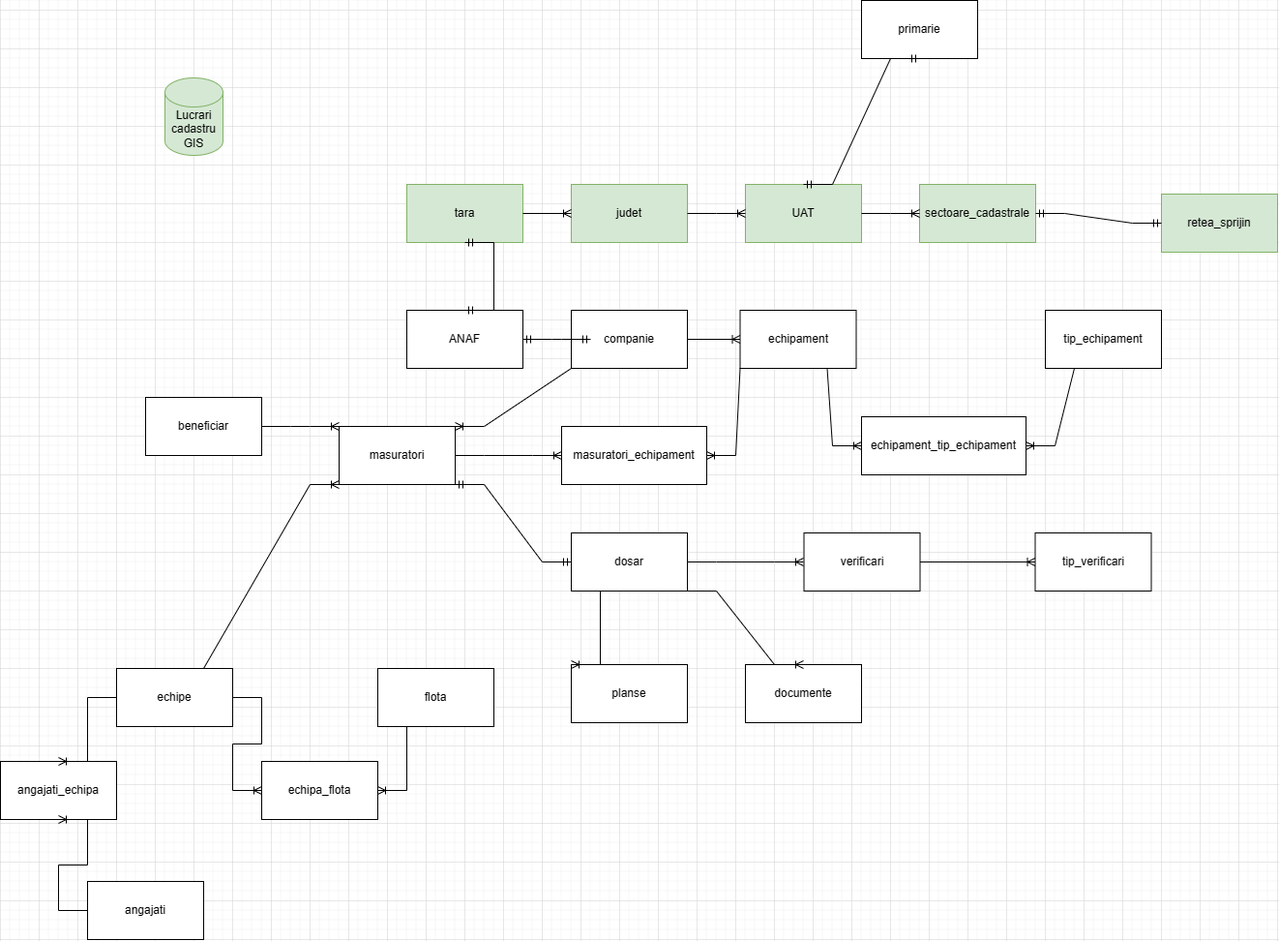
Earlier version of the draw.io export draft_model_abstract.png (vitorjurj/modelare_db). Source tidied: cells renumbered, new cells last; positions are measured from the earlier drawing's top-left corner, leaving out a move shared by most shapes. Its diagram source:
```xml
<mxGraphModel>
  <root>
    <mxCell id="0" />
    <mxCell id="1" parent="0" />
    <mxCell id="2" value="Lucrari cadastru GIS" style="shape=cylinder3;whiteSpace=wrap;html=1;boundedLbl=1;backgroundOutline=1;size=15;fillColor=#d5e8d4;strokeColor=#82b366;" parent="1" vertex="1">
      <mxGeometry x="200" y="80" width="60" height="80" as="geometry" />
    </mxCell>
    <mxCell id="3" value="UAT" style="rounded=0;whiteSpace=wrap;html=1;fillColor=#d5e8d4;strokeColor=#82b366;" parent="1" vertex="1">
      <mxGeometry x="800" y="190" width="120" height="60" as="geometry" />
    </mxCell>
    <mxCell id="4" value="retea_sprijin" style="rounded=0;whiteSpace=wrap;html=1;fillColor=#d5e8d4;strokeColor=#82b366;" parent="1" vertex="1">
      <mxGeometry x="1230" y="200" width="120" height="60" as="geometry" />
    </mxCell>
    <mxCell id="5" value="echipe" style="rounded=0;whiteSpace=wrap;html=1;" parent="1" vertex="1">
      <mxGeometry x="150" y="690" width="120" height="60" as="geometry" />
    </mxCell>
    <mxCell id="6" value="angajati" style="rounded=0;whiteSpace=wrap;html=1;" parent="1" vertex="1">
      <mxGeometry x="120" y="910" width="120" height="60" as="geometry" />
    </mxCell>
    <mxCell id="7" value="echipament" style="rounded=0;whiteSpace=wrap;html=1;" parent="1" vertex="1">
      <mxGeometry x="794.5" y="320" width="120" height="60" as="geometry" />
    </mxCell>
    <mxCell id="8" value="flota" style="rounded=0;whiteSpace=wrap;html=1;" parent="1" vertex="1">
      <mxGeometry x="420" y="690" width="120" height="60" as="geometry" />
    </mxCell>
    <mxCell id="9" value="documente" style="rounded=0;whiteSpace=wrap;html=1;" parent="1" vertex="1">
      <mxGeometry x="800" y="686" width="120" height="60" as="geometry" />
    </mxCell>
    <mxCell id="10" value="masuratori" style="rounded=0;whiteSpace=wrap;html=1;" parent="1" vertex="1">
      <mxGeometry x="380" y="440" width="120" height="60" as="geometry" />
    </mxCell>
    <mxCell id="11" value="primarie" style="rounded=0;whiteSpace=wrap;html=1;" parent="1" vertex="1">
      <mxGeometry x="920" width="120" height="60" as="geometry" />
    </mxCell>
    <mxCell id="12" value="beneficiar" style="rounded=0;whiteSpace=wrap;html=1;" parent="1" vertex="1">
      <mxGeometry x="180" y="410" width="120" height="60" as="geometry" />
    </mxCell>
    <mxCell id="13" value="tip_echipament" style="rounded=0;whiteSpace=wrap;html=1;" parent="1" vertex="1">
      <mxGeometry x="1110" y="320" width="120" height="60" as="geometry" />
    </mxCell>
    <mxCell id="14" value="dosar" style="rounded=0;whiteSpace=wrap;html=1;" parent="1" vertex="1">
      <mxGeometry x="620" y="550" width="120" height="60" as="geometry" />
    </mxCell>
    <mxCell id="15" value="planse" style="rounded=0;whiteSpace=wrap;html=1;" parent="1" vertex="1">
      <mxGeometry x="620" y="686" width="120" height="60" as="geometry" />
    </mxCell>
    <mxCell id="16" value="tip_verificari" style="rounded=0;whiteSpace=wrap;html=1;" parent="1" vertex="1">
      <mxGeometry x="1099.5" y="550" width="120" height="60" as="geometry" />
    </mxCell>
    <mxCell id="17" value="sectoare_cadastrale" style="rounded=0;whiteSpace=wrap;html=1;fillColor=#d5e8d4;strokeColor=#82b366;" parent="1" vertex="1">
      <mxGeometry x="980" y="190" width="120" height="60" as="geometry" />
    </mxCell>
    <mxCell id="18" style="edgeStyle=entityRelationEdgeStyle;fontSize=12;html=1;endArrow=ERoneToMany;rounded=0;entryX=0;entryY=0.5;entryDx=0;entryDy=0;exitX=1;exitY=0.5;exitDx=0;exitDy=0;" parent="1" edge="1" source="3" target="17">
      <mxGeometry relative="1" as="geometry">
        <Array as="points">
          <mxPoint x="600" y="300" />
        </Array>
      </mxGeometry>
    </mxCell>
    <mxCell id="19" value="judet" style="rounded=0;whiteSpace=wrap;html=1;fillColor=#d5e8d4;strokeColor=#82b366;" parent="1" vertex="1">
      <mxGeometry x="620" y="190" width="120" height="60" as="geometry" />
    </mxCell>
    <mxCell id="20" style="edgeStyle=entityRelationEdgeStyle;fontSize=12;html=1;endArrow=ERoneToMany;rounded=0;entryX=0;entryY=0.5;entryDx=0;entryDy=0;exitX=1;exitY=0.5;exitDx=0;exitDy=0;" parent="1" edge="1" source="19" target="3">
      <mxGeometry relative="1" as="geometry" />
    </mxCell>
    <mxCell id="21" value="tara" style="rounded=0;whiteSpace=wrap;html=1;fillColor=#d5e8d4;strokeColor=#82b366;" parent="1" vertex="1">
      <mxGeometry x="450" y="190" width="120" height="60" as="geometry" />
    </mxCell>
    <mxCell id="22" style="edgeStyle=entityRelationEdgeStyle;fontSize=12;html=1;endArrow=ERoneToMany;rounded=0;exitX=1;exitY=0.5;exitDx=0;exitDy=0;entryX=0;entryY=0.5;entryDx=0;entryDy=0;entryPerimeter=0;" parent="1" edge="1" source="21" target="19">
      <mxGeometry relative="1" as="geometry">
        <Array as="points">
          <mxPoint x="900" y="430" />
        </Array>
      </mxGeometry>
    </mxCell>
    <mxCell id="23" value="companie" style="rounded=0;whiteSpace=wrap;html=1;" parent="1" vertex="1">
      <mxGeometry x="620" y="320" width="120" height="60" as="geometry" />
    </mxCell>
    <mxCell id="24" style="edgeStyle=entityRelationEdgeStyle;fontSize=12;html=1;endArrow=ERoneToMany;rounded=0;exitX=1;exitY=0.5;exitDx=0;exitDy=0;entryX=0;entryY=0.5;entryDx=0;entryDy=0;" parent="1" edge="1" source="23" target="7">
      <mxGeometry relative="1" as="geometry" />
    </mxCell>
    <mxCell id="25" value="ANAF" style="rounded=0;whiteSpace=wrap;html=1;" parent="1" vertex="1">
      <mxGeometry x="450" y="320" width="120" height="60" as="geometry" />
    </mxCell>
    <mxCell id="26" style="edgeStyle=entityRelationEdgeStyle;fontSize=12;html=1;endArrow=ERmandOne;startArrow=ERmandOne;rounded=0;exitX=1;exitY=0.5;exitDx=0;exitDy=0;" parent="1" edge="1" source="25">
      <mxGeometry relative="1" as="geometry">
        <mxPoint x="640" y="350" as="targetPoint" />
      </mxGeometry>
    </mxCell>
    <mxCell id="27" style="edgeStyle=entityRelationEdgeStyle;fontSize=12;html=1;endArrow=ERmandOne;startArrow=ERmandOne;rounded=0;exitX=0.5;exitY=0;exitDx=0;exitDy=0;entryX=0.5;entryY=1;entryDx=0;entryDy=0;" parent="1" edge="1" source="25" target="21">
      <mxGeometry relative="1" as="geometry" />
    </mxCell>
    <mxCell id="28" style="edgeStyle=entityRelationEdgeStyle;fontSize=12;html=1;endArrow=ERoneToMany;rounded=0;exitX=0.25;exitY=1;exitDx=0;exitDy=0;entryX=1;entryY=0;entryDx=0;entryDy=0;" parent="1" edge="1" source="23" target="10">
      <mxGeometry relative="1" as="geometry" />
    </mxCell>
    <mxCell id="29" value="masuratori_echipament" style="rounded=0;whiteSpace=wrap;html=1;" parent="1" vertex="1">
      <mxGeometry x="610" y="440" width="150" height="60" as="geometry" />
    </mxCell>
    <mxCell id="30" style="edgeStyle=entityRelationEdgeStyle;fontSize=12;html=1;endArrow=ERoneToMany;rounded=0;exitX=1;exitY=0.5;exitDx=0;exitDy=0;entryX=0;entryY=0.5;entryDx=0;entryDy=0;" parent="1" edge="1" source="10" target="29">
      <mxGeometry relative="1" as="geometry" />
    </mxCell>
    <mxCell id="31" style="edgeStyle=entityRelationEdgeStyle;fontSize=12;html=1;endArrow=ERoneToMany;rounded=0;exitX=0.25;exitY=1;exitDx=0;exitDy=0;entryX=1;entryY=0.5;entryDx=0;entryDy=0;" parent="1" edge="1" source="7" target="29">
      <mxGeometry relative="1" as="geometry" />
    </mxCell>
    <mxCell id="32" value="angajati_echipa" style="rounded=0;whiteSpace=wrap;html=1;" parent="1" vertex="1">
      <mxGeometry x="30" y="786" width="120" height="60" as="geometry" />
    </mxCell>
    <mxCell id="33" style="edgeStyle=entityRelationEdgeStyle;fontSize=12;html=1;endArrow=ERoneToMany;rounded=0;entryX=0.5;entryY=1;entryDx=0;entryDy=0;" parent="1" edge="1" source="6" target="32">
      <mxGeometry relative="1" as="geometry">
        <Array as="points">
          <mxPoint x="80" y="776" />
          <mxPoint y="786" />
        </Array>
      </mxGeometry>
    </mxCell>
    <mxCell id="34" style="edgeStyle=entityRelationEdgeStyle;fontSize=12;html=1;endArrow=ERoneToMany;rounded=0;exitX=0;exitY=0.5;exitDx=0;exitDy=0;entryX=0.5;entryY=0;entryDx=0;entryDy=0;" parent="1" edge="1" source="5" target="32">
      <mxGeometry relative="1" as="geometry" />
    </mxCell>
    <mxCell id="35" style="edgeStyle=entityRelationEdgeStyle;fontSize=12;html=1;endArrow=ERoneToMany;rounded=0;exitX=0.5;exitY=0;exitDx=0;exitDy=0;entryX=0;entryY=1;entryDx=0;entryDy=0;" parent="1" edge="1" source="5" target="10">
      <mxGeometry relative="1" as="geometry" />
    </mxCell>
    <mxCell id="36" value="echipa_flota" style="rounded=0;whiteSpace=wrap;html=1;" parent="1" vertex="1">
      <mxGeometry x="300" y="786" width="120" height="60" as="geometry" />
    </mxCell>
    <mxCell id="37" style="edgeStyle=entityRelationEdgeStyle;fontSize=12;html=1;endArrow=ERoneToMany;rounded=0;exitX=1;exitY=0.5;exitDx=0;exitDy=0;entryX=0;entryY=0.5;entryDx=0;entryDy=0;" parent="1" edge="1" source="5" target="36">
      <mxGeometry relative="1" as="geometry" />
    </mxCell>
    <mxCell id="38" style="edgeStyle=entityRelationEdgeStyle;fontSize=12;html=1;endArrow=ERoneToMany;rounded=0;exitX=0.5;exitY=1;exitDx=0;exitDy=0;entryX=1;entryY=0.5;entryDx=0;entryDy=0;" parent="1" edge="1" source="8" target="36">
      <mxGeometry relative="1" as="geometry" />
    </mxCell>
    <mxCell id="39" style="edgeStyle=entityRelationEdgeStyle;fontSize=12;html=1;endArrow=ERmandOne;startArrow=ERmandOne;rounded=0;entryX=1;entryY=0.5;entryDx=0;entryDy=0;exitX=0;exitY=0.5;exitDx=0;exitDy=0;" parent="1" edge="1" source="4" target="17">
      <mxGeometry relative="1" as="geometry" />
    </mxCell>
    <mxCell id="40" style="edgeStyle=entityRelationEdgeStyle;fontSize=12;html=1;endArrow=ERmandOne;startArrow=ERmandOne;rounded=0;entryX=0.5;entryY=1;entryDx=0;entryDy=0;exitX=0.5;exitY=0;exitDx=0;exitDy=0;" parent="1" edge="1" source="3" target="11">
      <mxGeometry relative="1" as="geometry" />
    </mxCell>
    <mxCell id="41" style="edgeStyle=entityRelationEdgeStyle;fontSize=12;html=1;endArrow=ERoneToMany;rounded=0;entryX=0;entryY=0;entryDx=0;entryDy=0;exitX=1;exitY=0.5;exitDx=0;exitDy=0;" parent="1" edge="1" source="12" target="10">
      <mxGeometry relative="1" as="geometry" />
    </mxCell>
    <mxCell id="42" value="echipament_tip_echipament" style="rounded=0;whiteSpace=wrap;html=1;" parent="1" vertex="1">
      <mxGeometry x="920" y="430" width="170" height="60" as="geometry" />
    </mxCell>
    <mxCell id="43" style="edgeStyle=entityRelationEdgeStyle;fontSize=12;html=1;endArrow=ERoneToMany;rounded=0;exitX=0.5;exitY=1;exitDx=0;exitDy=0;entryX=0;entryY=0.5;entryDx=0;entryDy=0;" parent="1" edge="1" source="7" target="42">
      <mxGeometry relative="1" as="geometry" />
    </mxCell>
    <mxCell id="44" style="edgeStyle=entityRelationEdgeStyle;fontSize=12;html=1;endArrow=ERoneToMany;rounded=0;exitX=0.5;exitY=1;exitDx=0;exitDy=0;entryX=1;entryY=0.5;entryDx=0;entryDy=0;" parent="1" edge="1" source="13" target="42">
      <mxGeometry relative="1" as="geometry" />
    </mxCell>
    <mxCell id="45" value="verificari" style="rounded=0;whiteSpace=wrap;html=1;" parent="1" vertex="1">
      <mxGeometry x="860.5" y="550" width="120" height="60" as="geometry" />
    </mxCell>
    <mxCell id="46" style="edgeStyle=entityRelationEdgeStyle;fontSize=12;html=1;endArrow=ERoneToMany;rounded=0;exitX=1;exitY=0.5;exitDx=0;exitDy=0;entryX=0;entryY=0.5;entryDx=0;entryDy=0;" parent="1" edge="1" source="45" target="16">
      <mxGeometry relative="1" as="geometry" />
    </mxCell>
    <mxCell id="47" style="edgeStyle=entityRelationEdgeStyle;fontSize=12;html=1;endArrow=ERmandOne;startArrow=ERmandOne;rounded=0;exitX=0;exitY=0.5;exitDx=0;exitDy=0;entryX=1;entryY=1;entryDx=0;entryDy=0;" parent="1" edge="1" source="14" target="10">
      <mxGeometry relative="1" as="geometry" />
    </mxCell>
    <mxCell id="48" style="edgeStyle=entityRelationEdgeStyle;fontSize=12;html=1;endArrow=ERoneToMany;rounded=0;exitX=1;exitY=0.5;exitDx=0;exitDy=0;" parent="1" edge="1" source="14">
      <mxGeometry relative="1" as="geometry">
        <mxPoint x="860" y="580" as="targetPoint" />
      </mxGeometry>
    </mxCell>
    <mxCell id="49" style="edgeStyle=entityRelationEdgeStyle;fontSize=12;html=1;endArrow=ERoneToMany;rounded=0;exitX=0;exitY=1;exitDx=0;exitDy=0;entryX=0;entryY=0;entryDx=0;entryDy=0;" parent="1" edge="1" source="14" target="15">
      <mxGeometry relative="1" as="geometry" />
    </mxCell>
    <mxCell id="50" style="edgeStyle=entityRelationEdgeStyle;fontSize=12;html=1;endArrow=ERoneToMany;rounded=0;exitX=1;exitY=1;exitDx=0;exitDy=0;entryX=0.5;entryY=0;entryDx=0;entryDy=0;" parent="1" edge="1" source="14" target="9">
      <mxGeometry relative="1" as="geometry" />
    </mxCell>
  </root>
</mxGraphModel>
```
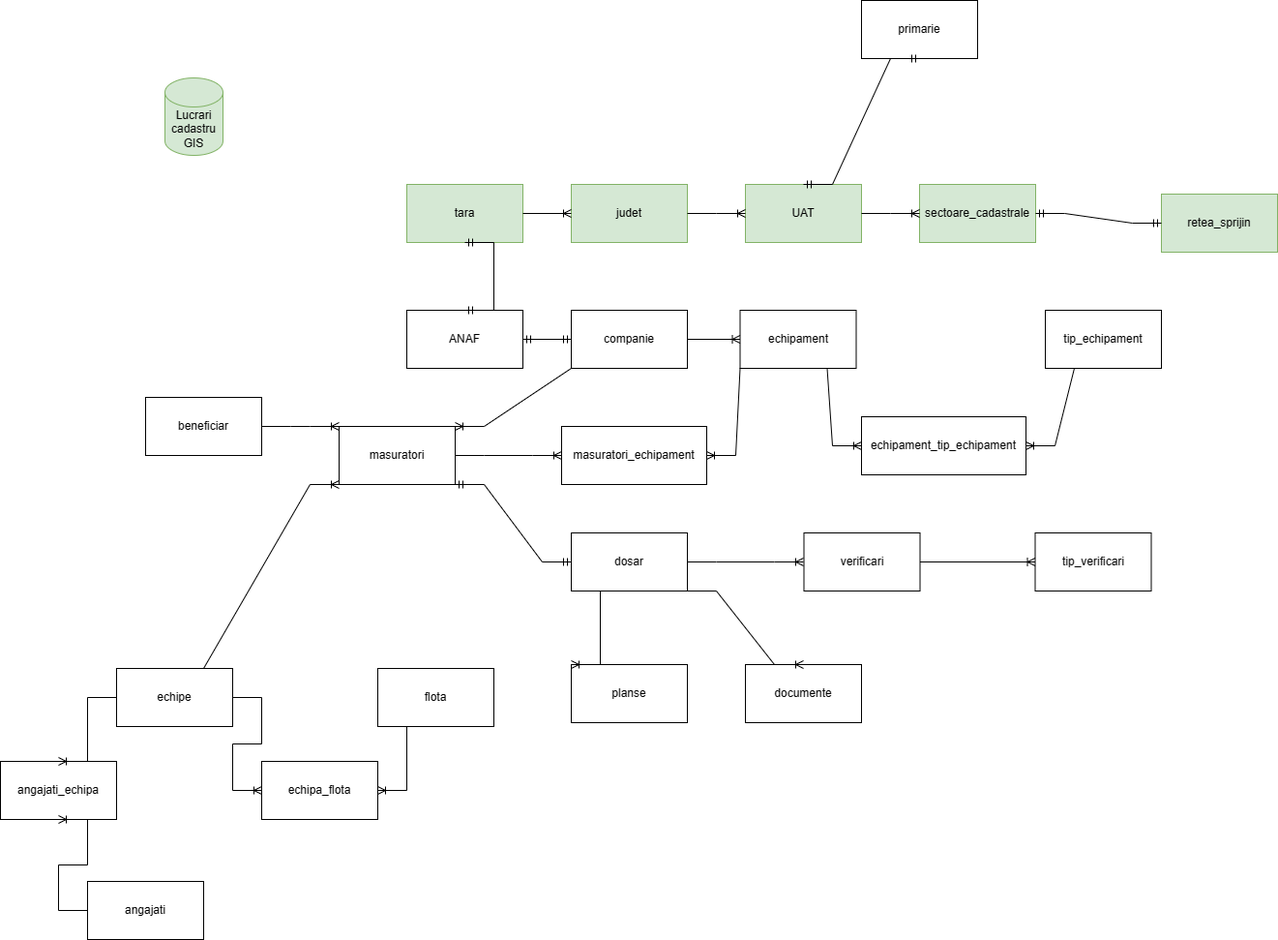
Above is the later version.

The edit, as a diff of the source:
```diff
@@ -84,7 +84,7 @@
     </mxCell>
     <mxCell id="26" style="edgeStyle=entityRelationEdgeStyle;fontSize=12;html=1;endArrow=ERmandOne;startArrow=ERmandOne;rounded=0;exitX=1;exitY=0.5;exitDx=0;exitDy=0;" parent="1" edge="1" source="25">
       <mxGeometry relative="1" as="geometry">
-        <mxPoint x="640" y="350" as="targetPoint" />
+        <mxPoint x="620" y="350" as="targetPoint" />
       </mxGeometry>
     </mxCell>
     <mxCell id="27" style="edgeStyle=entityRelationEdgeStyle;fontSize=12;html=1;endArrow=ERmandOne;startArrow=ERmandOne;rounded=0;exitX=0.5;exitY=0;exitDx=0;exitDy=0;entryX=0.5;entryY=1;entryDx=0;entryDy=0;" parent="1" edge="1" source="25" target="21">
@@ -149,7 +149,7 @@
     <mxCell id="45" value="verificari" style="rounded=0;whiteSpace=wrap;html=1;" parent="1" vertex="1">
       <mxGeometry x="860.5" y="550" width="120" height="60" as="geometry" />
     </mxCell>
-    <mxCell id="46" style="edgeStyle=entityRelationEdgeStyle;fontSize=12;html=1;endArrow=ERoneToMany;rounded=0;exitX=1;exitY=0.5;exitDx=0;exitDy=0;entryX=0;entryY=0.5;entryDx=0;entryDy=0;" parent="1" edge="1" source="45" target="16">
+    <mxCell id="46" style="edgeStyle=entityRelationEdgeStyle;fontSize=12;html=1;endArrow=ERoneToMany;rounded=0;entryX=0;entryY=0.5;entryDx=0;entryDy=0;exitX=1;exitY=0.5;exitDx=0;exitDy=0;" parent="1" edge="1" source="45" target="16">
       <mxGeometry relative="1" as="geometry" />
     </mxCell>
     <mxCell id="47" style="edgeStyle=entityRelationEdgeStyle;fontSize=12;html=1;endArrow=ERmandOne;startArrow=ERmandOne;rounded=0;exitX=0;exitY=0.5;exitDx=0;exitDy=0;entryX=1;entryY=1;entryDx=0;entryDy=0;" parent="1" edge="1" source="14" target="10">
```
